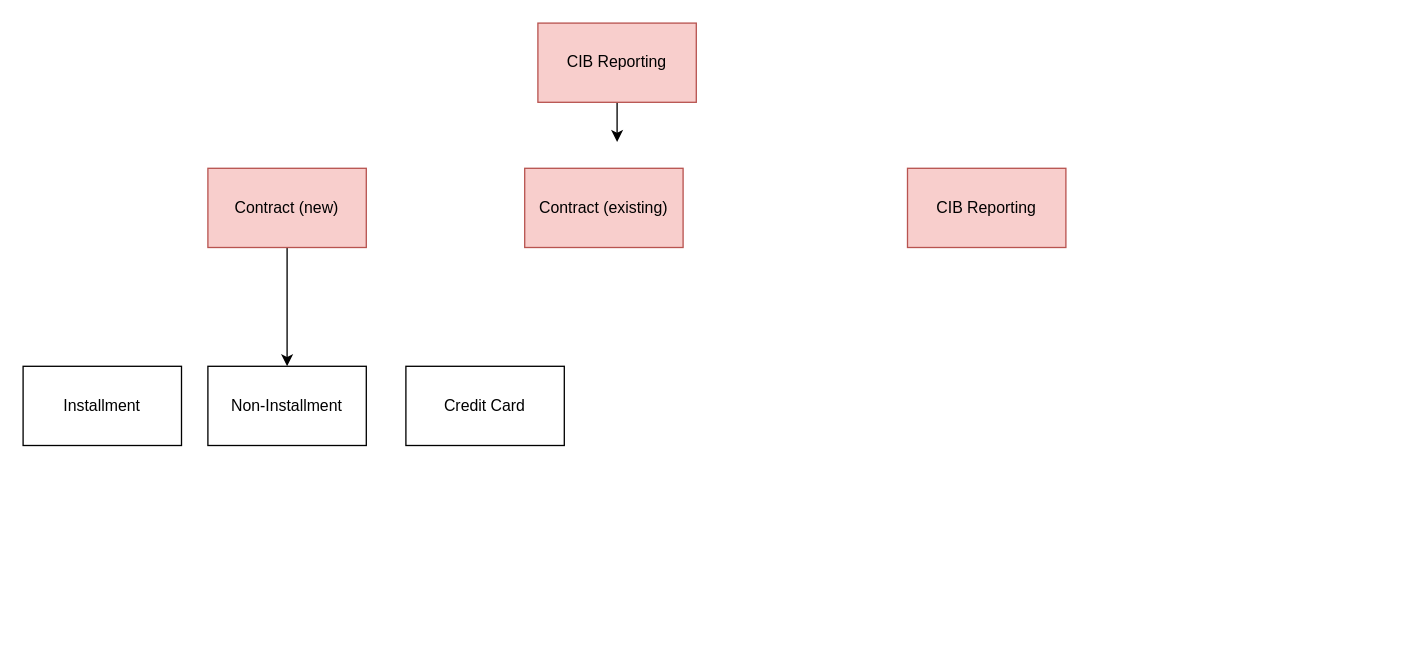
Earlier version of the draw.io diagram Untitled Diagram.drawio (rakib06/DrawIO). Source tidied: cells renumbered, new cells numbered last; positions are measured from the earlier drawing's top-left corner, leaving out a move shared by most shapes. Both pictures are drawn from the tidied source at 132%, with x=0, y=0 at pixel (22, 22).
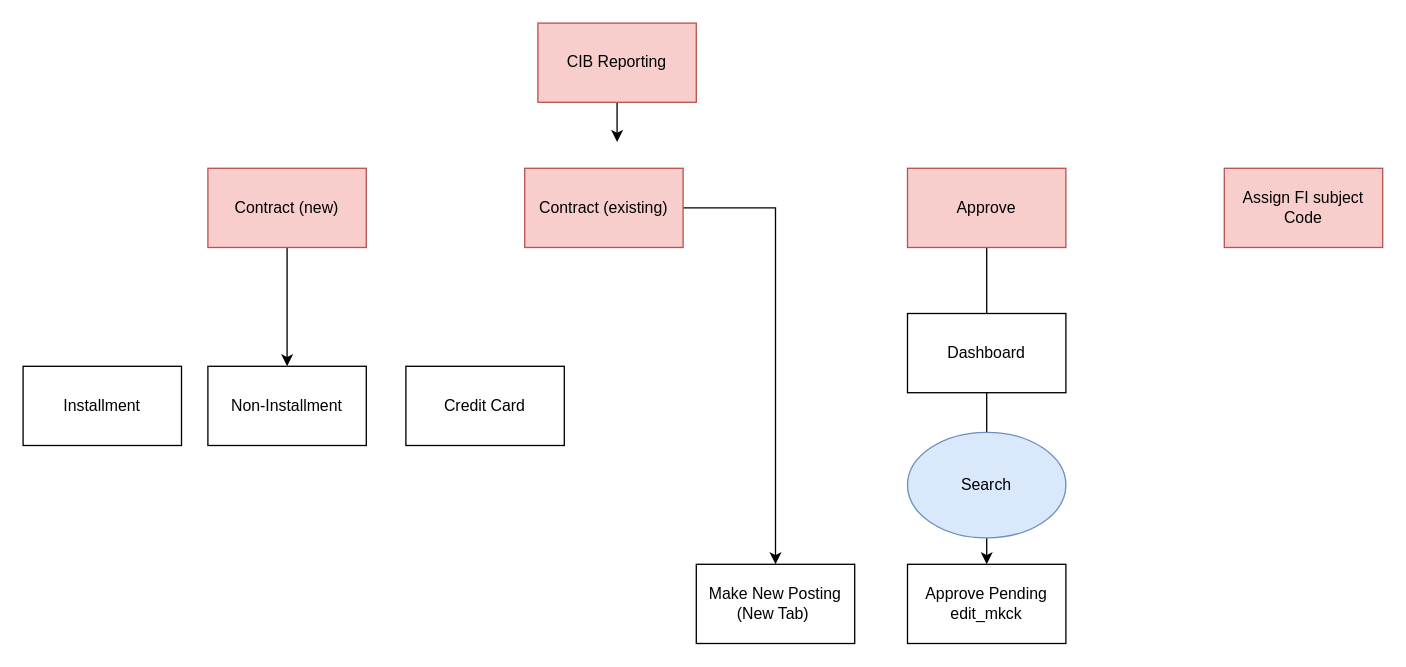
After the change.

Unchanged cells that the change refers to:
```xml
<mxCell id="6" value="Contract (existing)" style="rounded=0;whiteSpace=wrap;html=1;fillColor=#f8cecc;strokeColor=#b85450;" parent="1" vertex="1">
  <mxGeometry x="380" y="110" width="120" height="60" as="geometry" />
</mxCell>
```

The edit, as a diff of the source:
```diff
@@
+    <mxCell id="11" style="edgeStyle=orthogonalEdgeStyle;rounded=0;jettySize=auto;html=1;entryX=0.5;entryY=0;entryDx=0;entryDy=0;" parent="1" edge="1" source="6" target="13">
+      <mxGeometry relative="1" as="geometry" />
+    </mxCell>
@@
+    <mxCell id="12" style="edgeStyle=orthogonalEdgeStyle;rounded=0;jettySize=auto;html=1;" parent="1" edge="1" source="7">
+      <mxGeometry relative="1" as="geometry">
+        <mxPoint x="730" y="270" as="targetPoint" />
+      </mxGeometry>
+    </mxCell>
-    <mxCell id="7" value="CIB Reporting" style="rounded=0;whiteSpace=wrap;html=1;fillColor=#f8cecc;strokeColor=#b85450;" parent="1" vertex="1">
+    <mxCell id="7" value="Approve" style="rounded=0;whiteSpace=wrap;html=1;fillColor=#f8cecc;strokeColor=#b85450;" parent="1" vertex="1">
       <mxGeometry x="670" y="110" width="120" height="60" as="geometry" />
     </mxCell>
@@
+    <mxCell id="13" value="Make New Posting (New Tab)&amp;nbsp;" style="rounded=0;whiteSpace=wrap;html=1;" parent="1" vertex="1">
+      <mxGeometry x="510" y="410" width="120" height="60" as="geometry" />
+    </mxCell>
+    <mxCell id="14" style="edgeStyle=orthogonalEdgeStyle;rounded=0;jettySize=auto;html=1;" parent="1" edge="1" source="15">
+      <mxGeometry relative="1" as="geometry">
+        <mxPoint x="730" y="410" as="targetPoint" />
+      </mxGeometry>
+    </mxCell>
+    <mxCell id="15" value="Dashboard" style="rounded=0;whiteSpace=wrap;html=1;" parent="1" vertex="1">
+      <mxGeometry x="670" y="220" width="120" height="60" as="geometry" />
+    </mxCell>
+    <mxCell id="16" value="Approve Pending&lt;br&gt;edit_mkck" style="rounded=0;whiteSpace=wrap;html=1;" parent="1" vertex="1">
+      <mxGeometry x="670" y="410" width="120" height="60" as="geometry" />
+    </mxCell>
+    <mxCell id="17" value="Assign FI subject Code" style="rounded=0;whiteSpace=wrap;html=1;fillColor=#f8cecc;strokeColor=#b85450;" parent="1" vertex="1">
+      <mxGeometry x="910" y="110" width="120" height="60" as="geometry" />
+    </mxCell>
+    <mxCell id="18" value="Search" style="ellipse;whiteSpace=wrap;html=1;fillColor=#dae8fc;strokeColor=#6c8ebf;" parent="1" vertex="1">
+      <mxGeometry x="670" y="310" width="120" height="80" as="geometry" />
+    </mxCell>
```
